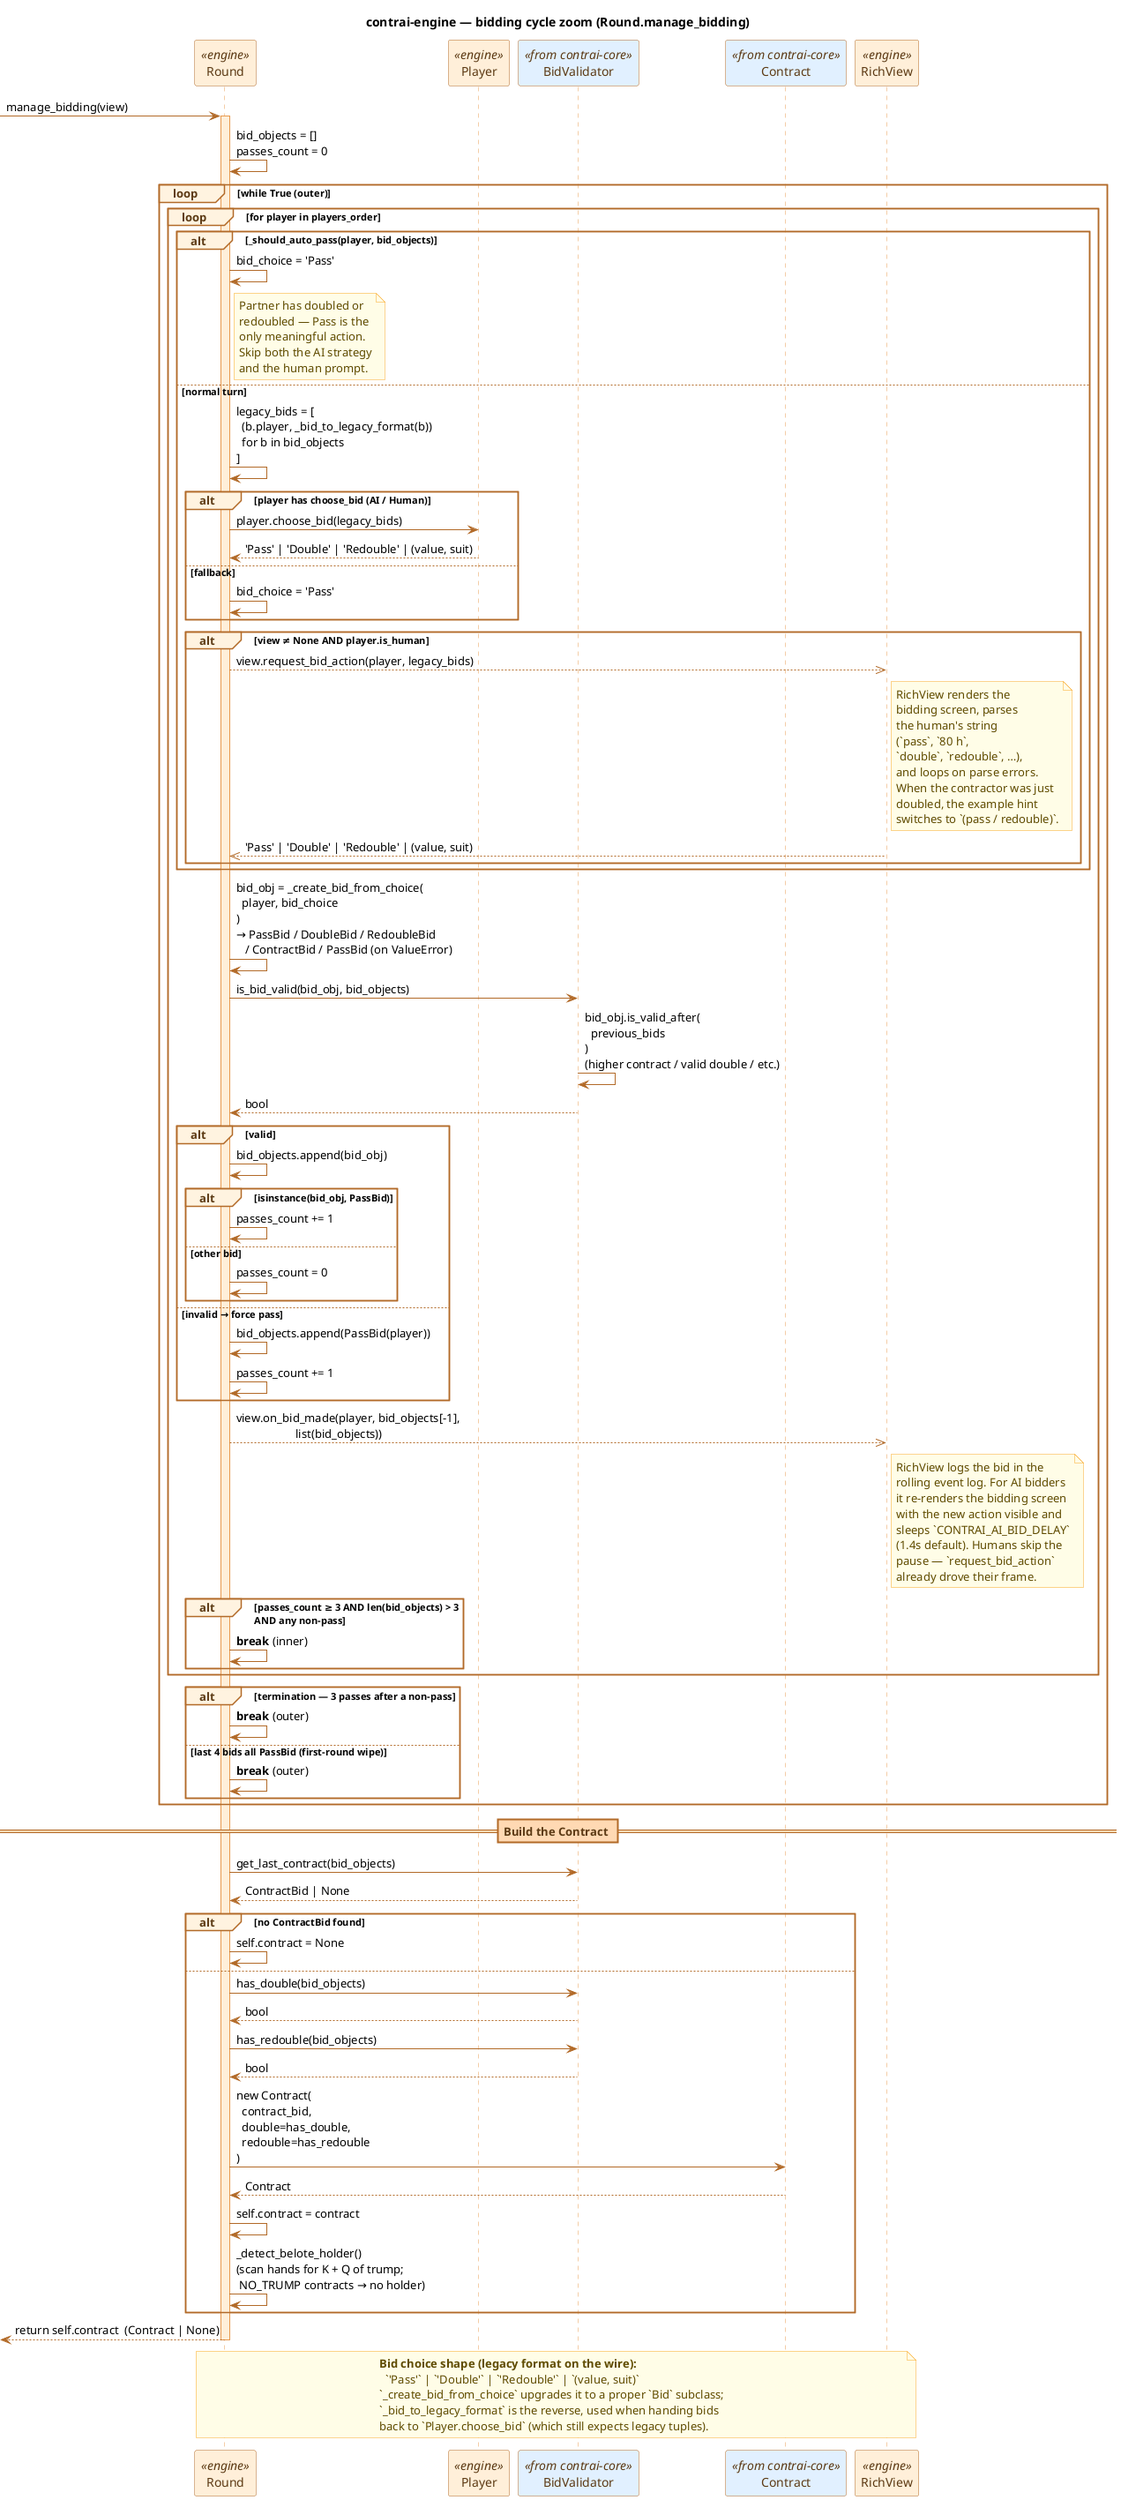
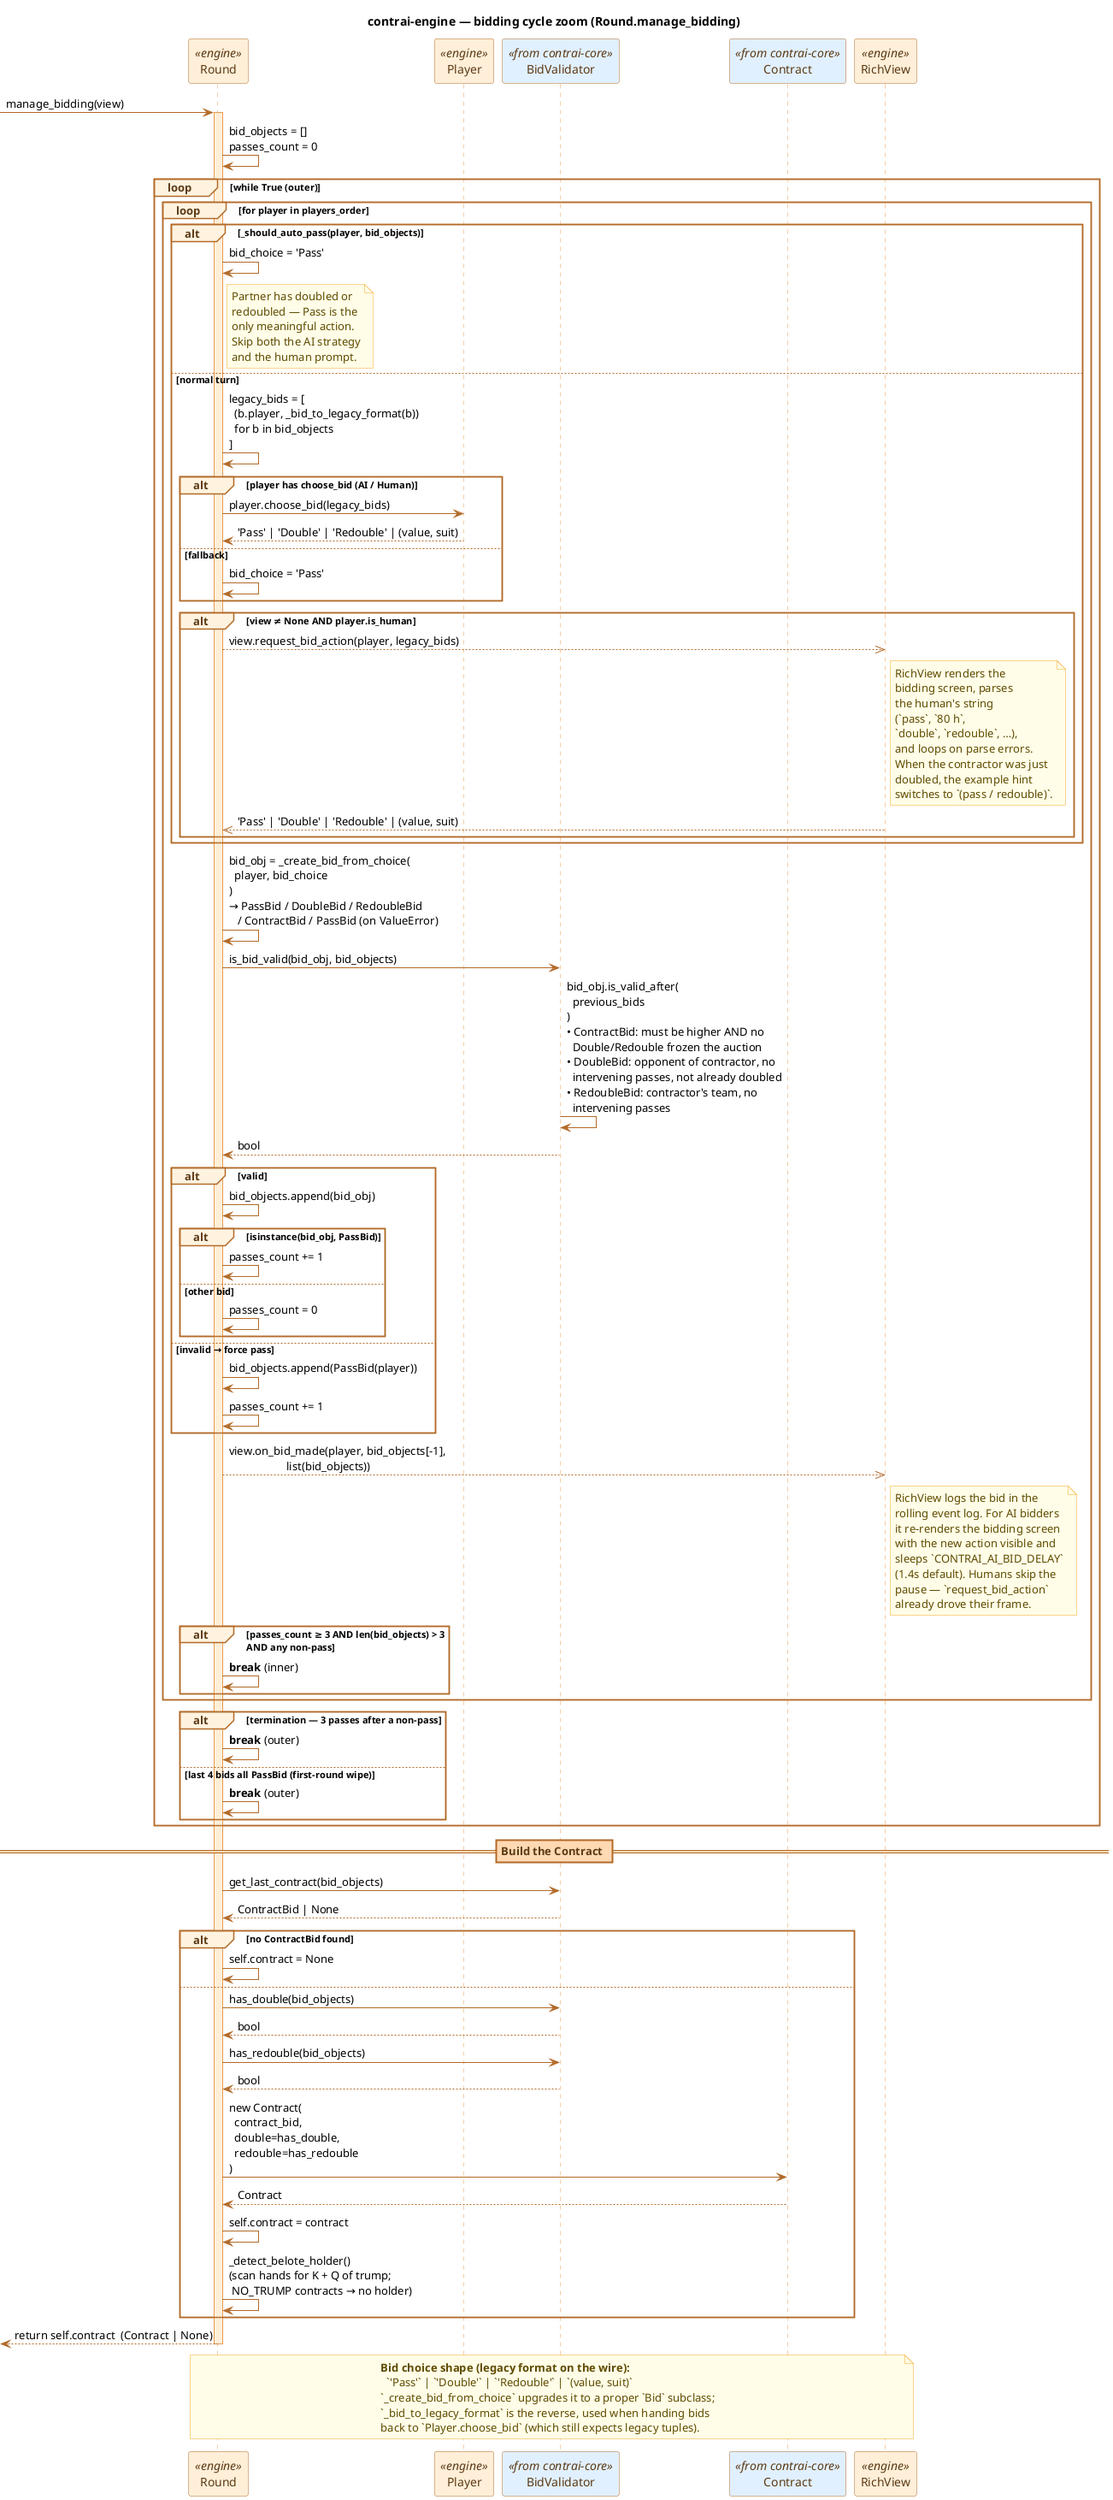
@startuml seq_bidding
title contrai-engine — bidding cycle zoom (Round.manage_bidding)

' --- Palette: engine orange, grey for stub paths, blue for core types ---
skinparam shadowing false
skinparam sequence {
    ArrowColor #B26A28
    LifeLineBorderColor #E89A4F
    LifeLineBackgroundColor #FFEFD9
    ParticipantBorderColor #B26A28
    ParticipantBackgroundColor #FFEFD9
    ParticipantFontColor #5C3A14
    ActorBorderColor #B26A28
    ActorBackgroundColor #FFEFD9
    ActorFontColor #5C3A14
    GroupBorderColor #B26A28
    GroupBackgroundColor #FFF3E0
    GroupHeaderFontColor #5C3A14
    BoxBorderColor #B26A28
    BoxBackgroundColor #FFF3E0
    DividerBorderColor #B26A28
    DividerBackgroundColor #FFD9B3
    DividerFontColor #5C3A14
}
skinparam note {
    BackgroundColor #FFFDE7
    BorderColor #F9A825
    FontColor #5F4B00
}

participant "Round" as R <<engine>>
participant "Player" as P <<engine>>
participant "BidValidator" as BV <<from contrai-core>> #E1F0FF
participant "Contract" as CT <<from contrai-core>> #E1F0FF
participant "RichView" as V <<engine>>

[-> R : manage_bidding(view)
activate R

R -> R : bid_objects = []\npasses_count = 0

loop **while True** (outer)

    loop **for player in players_order**

        alt _should_auto_pass(player, bid_objects)
            R -> R : bid_choice = 'Pass'
            note right of R
              Partner has doubled or
              redoubled — Pass is the
              only meaningful action.
              Skip both the AI strategy
              and the human prompt.
            end note
        else normal turn
            R -> R : legacy_bids = [\n  (b.player, _bid_to_legacy_format(b))\n  for b in bid_objects\n]

            alt player has choose_bid (AI / Human)
                R -> P : player.choose_bid(legacy_bids)
                P --> R : 'Pass' | 'Double' | 'Redouble' | (value, suit)
            else fallback
                R -> R : bid_choice = 'Pass'
            end

            alt view ≠ None AND player.is_human
                R -->> V : view.request_bid_action(player, legacy_bids)
                note right of V
                  RichView renders the
                  bidding screen, parses
                  the human's string
                  (`pass`, `80 h`,
                  `double`, `redouble`, …),
                  and loops on parse errors.
                  When the contractor was just
                  doubled, the example hint
                  switches to `(pass / redouble)`.
                end note
                V -->> R : 'Pass' | 'Double' | 'Redouble' | (value, suit)
            end
        end

        R -> R : bid_obj = _create_bid_from_choice(\n  player, bid_choice\n)\n→ PassBid / DoubleBid / RedoubleBid\n   / ContractBid / PassBid (on ValueError)

        R -> BV : is_bid_valid(bid_obj, bid_objects)
-         BV -> BV : bid_obj.is_valid_after(\n  previous_bids\n)\n(higher contract / valid double / etc.)
+         BV -> BV : bid_obj.is_valid_after(\n  previous_bids\n)\n• ContractBid: must be higher AND no\n  Double/Redouble frozen the auction\n• DoubleBid: opponent of contractor, no\n  intervening passes, not already doubled\n• RedoubleBid: contractor's team, no\n  intervening passes
        BV --> R : bool

        alt valid
            R -> R : bid_objects.append(bid_obj)
            alt isinstance(bid_obj, PassBid)
                R -> R : passes_count += 1
            else other bid
                R -> R : passes_count = 0
            end
        else invalid → force pass
            R -> R : bid_objects.append(PassBid(player))
            R -> R : passes_count += 1
        end

        R -->> V : view.on_bid_made(player, bid_objects[-1],\n                    list(bid_objects))
        note right of V
          RichView logs the bid in the
          rolling event log. For AI bidders
          it re-renders the bidding screen
          with the new action visible and
          sleeps `CONTRAI_AI_BID_DELAY`
          (1.4s default). Humans skip the
          pause — `request_bid_action`
          already drove their frame.
        end note

        alt passes_count ≥ 3 AND len(bid_objects) > 3\nAND any non-pass
            R -> R : **break** (inner)
        end

    end

    alt termination — 3 passes after a non-pass
        R -> R : **break** (outer)
    else last 4 bids all PassBid (first-round wipe)
        R -> R : **break** (outer)
    end

end

== Build the Contract ==

R -> BV : get_last_contract(bid_objects)
BV --> R : ContractBid | None

alt no ContractBid found
    R -> R : self.contract = None
else
    R -> BV : has_double(bid_objects)
    BV --> R : bool
    R -> BV : has_redouble(bid_objects)
    BV --> R : bool
    R -> CT : new Contract(\n  contract_bid,\n  double=has_double,\n  redouble=has_redouble\n)
    CT --> R : Contract
    R -> R : self.contract = contract
    R -> R : _detect_belote_holder()\n(scan hands for K + Q of trump;\n NO_TRUMP contracts → no holder)
end

[<-- R : return self.contract  (Contract | None)
deactivate R

note over R, V
  **Bid choice shape (legacy format on the wire):**
    `'Pass'` | `'Double'` | `'Redouble'` | `(value, suit)`
  `_create_bid_from_choice` upgrades it to a proper `Bid` subclass;
  `_bid_to_legacy_format` is the reverse, used when handing bids
  back to `Player.choose_bid` (which still expects legacy tuples).
end note

@enduml
